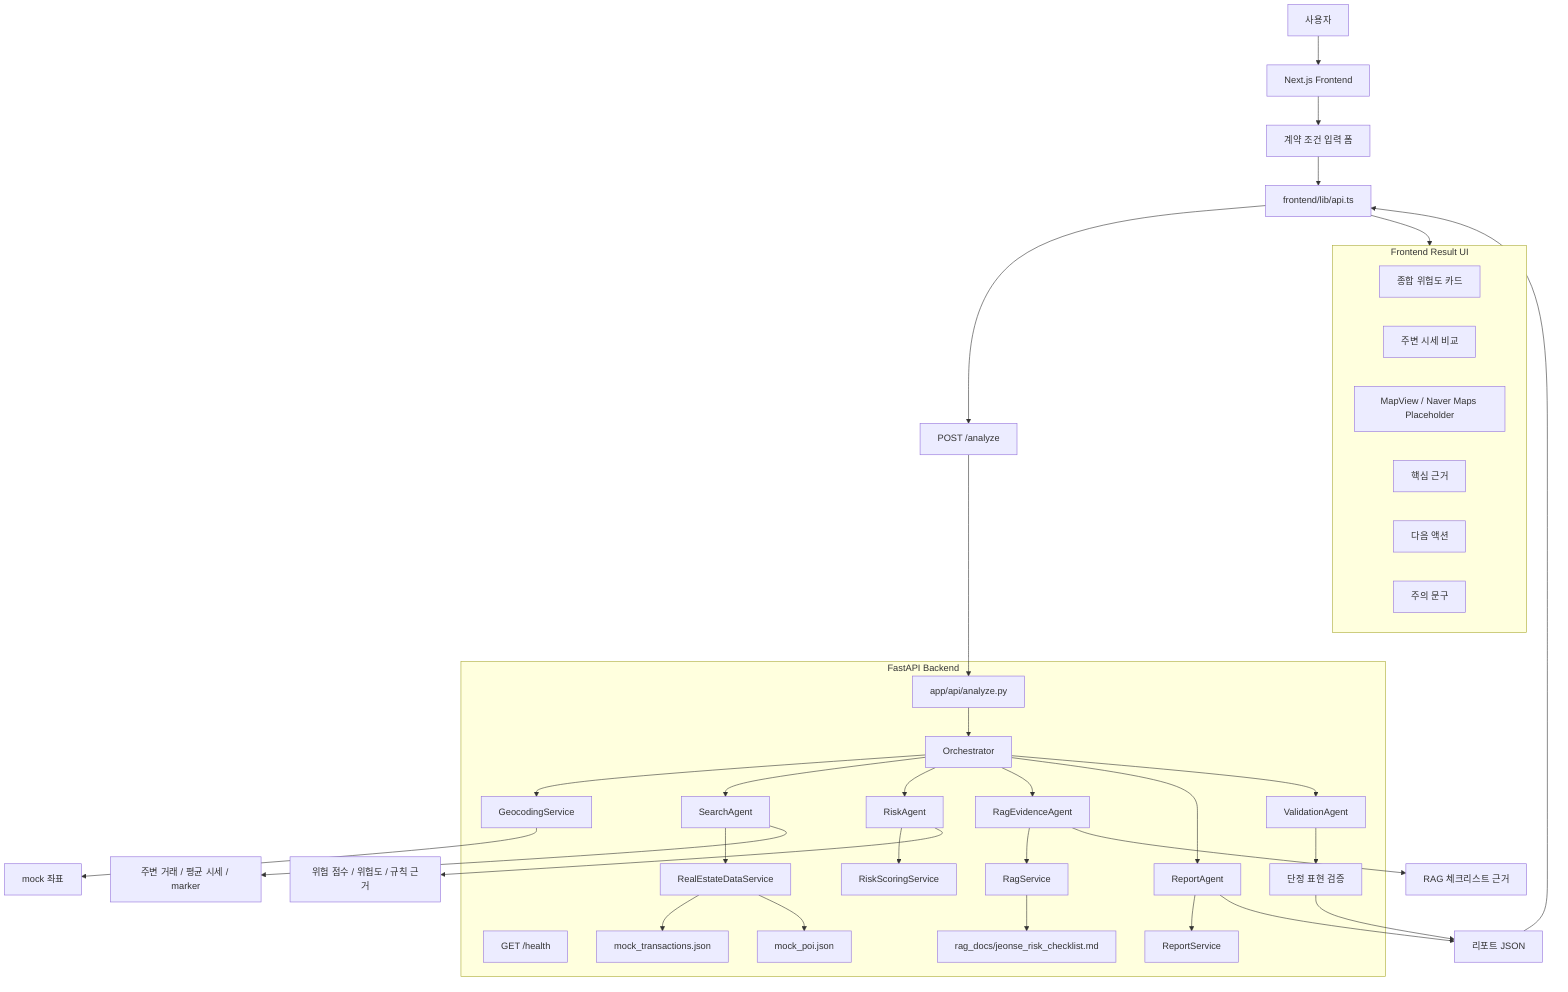
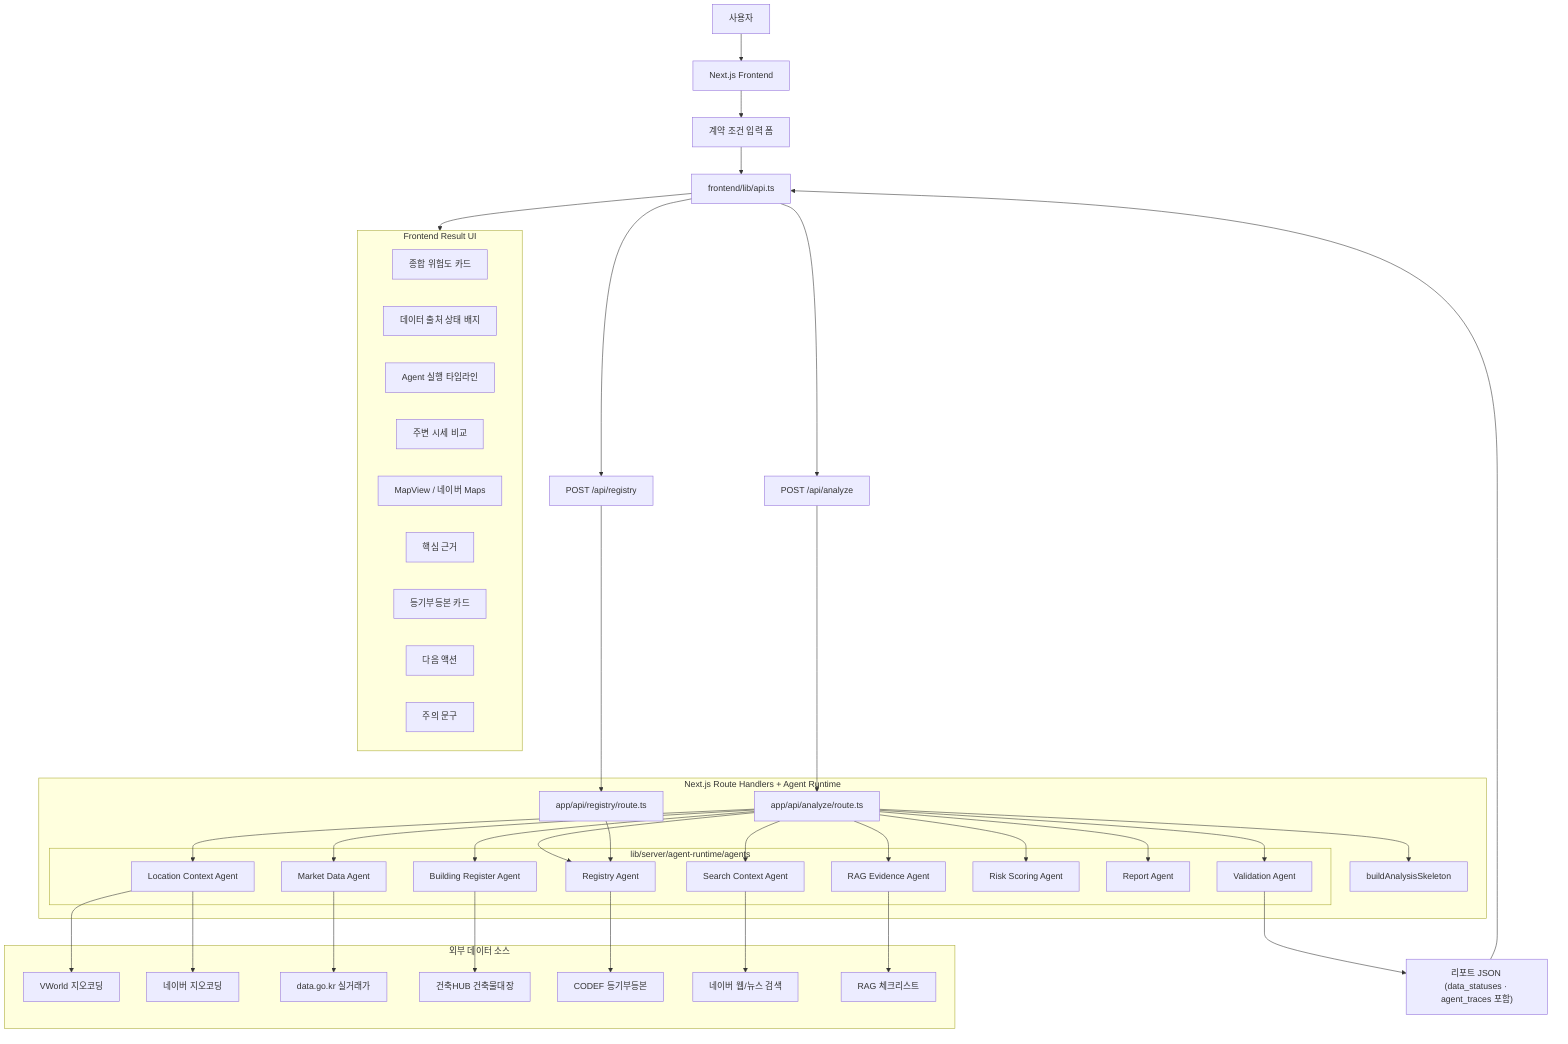
flowchart TD
    U["사용자"] --> FE["Next.js Frontend"]

    FE --> FORM["계약 조건 입력 폼"]
    FORM --> API_CLIENT["frontend/lib/api.ts"]
-     API_CLIENT --> ANALYZE["POST /analyze"]
+     API_CLIENT --> ANALYZE["POST /api/analyze"]
+     API_CLIENT --> REGISTRY_API["POST /api/registry"]

-     subgraph BACKEND["FastAPI Backend"]
-         HEALTH["GET /health"]
-         ANALYZE_ROUTE["app/api/analyze.py"]
+     subgraph RUNTIME["Next.js Route Handlers + Agent Runtime"]
+         ANALYZE_ROUTE["app/api/analyze/route.ts"]
+         REGISTRY_ROUTE["app/api/registry/route.ts"]
+         SKELETON["buildAnalysisSkeleton"]

-         ANALYZE_ROUTE --> ORCH["Orchestrator"]
+         ANALYZE_ROUTE --> SKELETON

-         ORCH --> GEO["GeocodingService"]
-         ORCH --> SEARCH["SearchAgent"]
-         ORCH --> RISK["RiskAgent"]
-         ORCH --> RAG["RagEvidenceAgent"]
-         ORCH --> REPORT["ReportAgent"]
-         ORCH --> VALIDATION["ValidationAgent"]
+         subgraph AGENTS["lib/server/agent-runtime/agents"]
+             RAG["RAG Evidence Agent"]
+             LOC["Location Context Agent"]
+             MARKET["Market Data Agent"]
+             BLDG["Building Register Agent"]
+             REG["Registry Agent"]
+             SEARCH["Search Context Agent"]
+             RISK["Risk Scoring Agent"]
+             REPORT["Report Agent"]
+             VALID["Validation Agent"]
+         end

-         SEARCH --> DATA_SERVICE["RealEstateDataService"]
-         DATA_SERVICE --> TX["mock_transactions.json"]
-         DATA_SERVICE --> POI["mock_poi.json"]
+         ANALYZE_ROUTE --> RAG
+         ANALYZE_ROUTE --> LOC
+         ANALYZE_ROUTE --> MARKET
+         ANALYZE_ROUTE --> BLDG
+         ANALYZE_ROUTE --> REG
+         ANALYZE_ROUTE --> SEARCH
+         ANALYZE_ROUTE --> RISK
+         ANALYZE_ROUTE --> REPORT
+         ANALYZE_ROUTE --> VALID

-         RISK --> SCORE["RiskScoringService"]
-         RAG --> RAG_SERVICE["RagService"]
-         RAG_SERVICE --> DOCS["rag_docs/jeonse_risk_checklist.md"]
- 
-         REPORT --> REPORT_SERVICE["ReportService"]
-         VALIDATION --> SAFE["단정 표현 검증"]
+         REGISTRY_ROUTE --> REG
    end

+     subgraph EXT["외부 데이터 소스"]
+         VWORLD["VWorld 지오코딩"]
+         NAVER_GEO["네이버 지오코딩"]
+         DATA_GO_KR["data.go.kr 실거래가"]
+         BUILDING_HUB["건축HUB 건축물대장"]
+         CODEF["CODEF 등기부등본"]
+         NAVER_SEARCH["네이버 웹/뉴스 검색"]
+         RAG_DOCS["RAG 체크리스트"]
+     end
+ 
+     LOC --> VWORLD
+     LOC --> NAVER_GEO
+     MARKET --> DATA_GO_KR
+     BLDG --> BUILDING_HUB
+     REG --> CODEF
+     SEARCH --> NAVER_SEARCH
+     RAG --> RAG_DOCS
+ 
    ANALYZE --> ANALYZE_ROUTE
+     REGISTRY_API --> REGISTRY_ROUTE

-     GEO --> LOCATION["mock 좌표"]
-     SEARCH --> MARKET["주변 거래 / 평균 시세 / marker"]
-     RISK --> RISK_RESULT["위험 점수 / 위험도 / 규칙 근거"]
-     RAG --> EVIDENCE["RAG 체크리스트 근거"]
-     REPORT --> JSON["리포트 JSON"]
-     SAFE --> JSON
- 
+     VALID --> JSON["리포트 JSON (data_statuses · agent_traces 포함)"]
    JSON --> API_CLIENT

    subgraph UI["Frontend Result UI"]
        RISK_CARD["종합 위험도 카드"]
+         STATUS_BADGES["데이터 출처 상태 배지"]
+         TRACE["Agent 실행 타임라인"]
        MARKET_CARD["주변 시세 비교"]
-         MAP["MapView / Naver Maps Placeholder"]
+         MAP["MapView / 네이버 Maps"]
        EVIDENCE_LIST["핵심 근거"]
+         REGISTRY_CARD["등기부등본 카드"]
        ACTIONS["다음 액션"]
        WARNINGS["주의 문구"]
    end

    API_CLIENT --> UI
